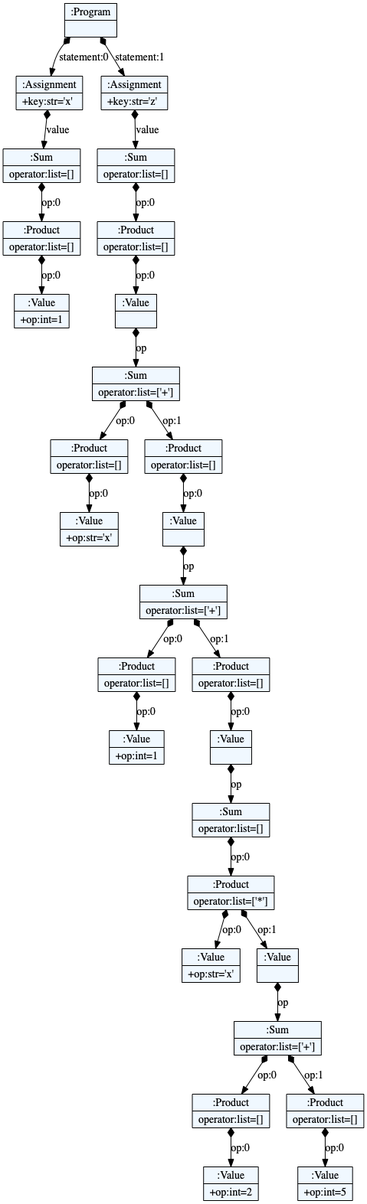
Above: examples/expression_with_id.dot.png in robinjack/dsl_for_data_analysis (Graphviz), before the change. Its source is kept beside it as examples/expression_with_id.dot.
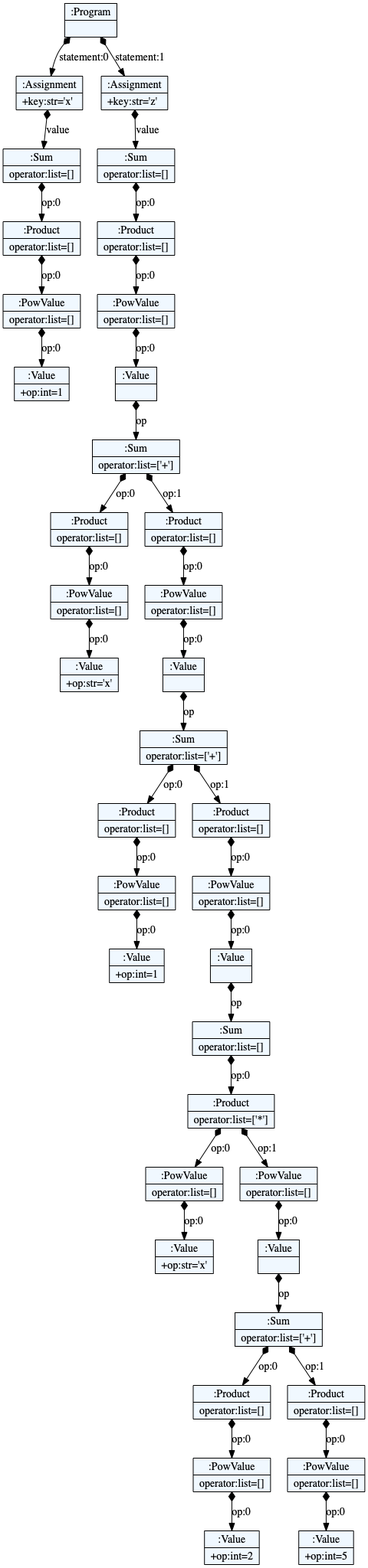
Above is the later version.

Diff of the diagram source:
```diff
@@ -10,60 +10,80 @@
     edge[dir=black,arrowtail=empty]
 
 
-4520932816 -> 4521015440 [label="statement:0" arrowtail=diamond dir=both]
-4521015440 -> 4521016592 [label="value" arrowtail=diamond dir=both]
-4521016592 -> 4521014928 [label="op:0" arrowtail=diamond dir=both]
-4521014928 -> 4521015120 [label="op:0" arrowtail=diamond dir=both]
-4521015120[label="{:Value|+op:int=1\l}"]
-4521014928[label="{:Product|operator:list=[]\l}"]
-4521016592[label="{:Sum|operator:list=[]\l}"]
-4521015440[label="{:Assignment|+key:str='x'\l}"]
-4520932816 -> 4521015056 [label="statement:1" arrowtail=diamond dir=both]
-4521015056 -> 4521014032 [label="value" arrowtail=diamond dir=both]
-4521014032 -> 4521013840 [label="op:0" arrowtail=diamond dir=both]
-4521013840 -> 4521027728 [label="op:0" arrowtail=diamond dir=both]
-4521027728 -> 4521026192 [label="op" arrowtail=diamond dir=both]
-4521026192 -> 4521029136 [label="op:0" arrowtail=diamond dir=both]
-4521029136 -> 4521027088 [label="op:0" arrowtail=diamond dir=both]
-4521027088[label="{:Value|+op:str='x'\l}"]
-4521029136[label="{:Product|operator:list=[]\l}"]
-4521026192 -> 4521029072 [label="op:1" arrowtail=diamond dir=both]
-4521029072 -> 4521028048 [label="op:0" arrowtail=diamond dir=both]
-4521028048 -> 4521137552 [label="op" arrowtail=diamond dir=both]
-4521137552 -> 4521137104 [label="op:0" arrowtail=diamond dir=both]
-4521137104 -> 4521137488 [label="op:0" arrowtail=diamond dir=both]
-4521137488[label="{:Value|+op:int=1\l}"]
-4521137104[label="{:Product|operator:list=[]\l}"]
-4521137552 -> 4521137040 [label="op:1" arrowtail=diamond dir=both]
-4521137040 -> 4521138320 [label="op:0" arrowtail=diamond dir=both]
-4521138320 -> 4521138512 [label="op" arrowtail=diamond dir=both]
-4521138512 -> 4521138448 [label="op:0" arrowtail=diamond dir=both]
-4521138448 -> 4521137360 [label="op:0" arrowtail=diamond dir=both]
-4521137360[label="{:Value|+op:str='x'\l}"]
-4521138448 -> 4521137232 [label="op:1" arrowtail=diamond dir=both]
-4521137232 -> 4521136720 [label="op" arrowtail=diamond dir=both]
-4521136720 -> 4521139152 [label="op:0" arrowtail=diamond dir=both]
-4521139152 -> 4521139344 [label="op:0" arrowtail=diamond dir=both]
-4521139344[label="{:Value|+op:int=2\l}"]
-4521139152[label="{:Product|operator:list=[]\l}"]
-4521136720 -> 4521139280 [label="op:1" arrowtail=diamond dir=both]
-4521139280 -> 4521139472 [label="op:0" arrowtail=diamond dir=both]
-4521139472[label="{:Value|+op:int=5\l}"]
-4521139280[label="{:Product|operator:list=[]\l}"]
-4521136720[label="{:Sum|operator:list=['+']\l}"]
-4521137232[label="{:Value|}"]
-4521138448[label="{:Product|operator:list=['*']\l}"]
-4521138512[label="{:Sum|operator:list=[]\l}"]
-4521138320[label="{:Value|}"]
-4521137040[label="{:Product|operator:list=[]\l}"]
-4521137552[label="{:Sum|operator:list=['+']\l}"]
-4521028048[label="{:Value|}"]
-4521029072[label="{:Product|operator:list=[]\l}"]
-4521026192[label="{:Sum|operator:list=['+']\l}"]
-4521027728[label="{:Value|}"]
-4521013840[label="{:Product|operator:list=[]\l}"]
-4521014032[label="{:Sum|operator:list=[]\l}"]
-4521015056[label="{:Assignment|+key:str='z'\l}"]
-4520932816[label="{:Program|}"]
+4561275600 -> 4561393360 [label="statement:0" arrowtail=diamond dir=both]
+4561393360 -> 4561392144 [label="value" arrowtail=diamond dir=both]
+4561392144 -> 4561392912 [label="op:0" arrowtail=diamond dir=both]
+4561392912 -> 4561377744 [label="op:0" arrowtail=diamond dir=both]
+4561377744 -> 4561379024 [label="op:0" arrowtail=diamond dir=both]
+4561379024[label="{:Value|+op:int=1\l}"]
+4561377744[label="{:PowValue|operator:list=[]\l}"]
+4561392912[label="{:Product|operator:list=[]\l}"]
+4561392144[label="{:Sum|operator:list=[]\l}"]
+4561393360[label="{:Assignment|+key:str='x'\l}"]
+4561275600 -> 4561391952 [label="statement:1" arrowtail=diamond dir=both]
+4561391952 -> 4561393424 [label="value" arrowtail=diamond dir=both]
+4561393424 -> 4561376080 [label="op:0" arrowtail=diamond dir=both]
+4561376080 -> 4561376464 [label="op:0" arrowtail=diamond dir=both]
+4561376464 -> 4561377104 [label="op:0" arrowtail=diamond dir=both]
+4561377104 -> 4561549840 [label="op" arrowtail=diamond dir=both]
+4561549840 -> 4561550032 [label="op:0" arrowtail=diamond dir=both]
+4561550032 -> 4561550224 [label="op:0" arrowtail=diamond dir=both]
+4561550224 -> 4561550352 [label="op:0" arrowtail=diamond dir=both]
+4561550352[label="{:Value|+op:str='x'\l}"]
+4561550224[label="{:PowValue|operator:list=[]\l}"]
+4561550032[label="{:Product|operator:list=[]\l}"]
+4561549840 -> 4561378256 [label="op:1" arrowtail=diamond dir=both]
+4561378256 -> 4561550288 [label="op:0" arrowtail=diamond dir=both]
+4561550288 -> 4561550608 [label="op:0" arrowtail=diamond dir=both]
+4561550608 -> 4561550736 [label="op" arrowtail=diamond dir=both]
+4561550736 -> 4561550928 [label="op:0" arrowtail=diamond dir=both]
+4561550928 -> 4561551120 [label="op:0" arrowtail=diamond dir=both]
+4561551120 -> 4561551248 [label="op:0" arrowtail=diamond dir=both]
+4561551248[label="{:Value|+op:int=1\l}"]
+4561551120[label="{:PowValue|operator:list=[]\l}"]
+4561550928[label="{:Product|operator:list=[]\l}"]
+4561550736 -> 4561551056 [label="op:1" arrowtail=diamond dir=both]
+4561551056 -> 4561551184 [label="op:0" arrowtail=diamond dir=both]
+4561551184 -> 4561549712 [label="op:0" arrowtail=diamond dir=both]
+4561549712 -> 4561549008 [label="op" arrowtail=diamond dir=both]
+4561549008 -> 4561548432 [label="op:0" arrowtail=diamond dir=both]
+4561548432 -> 4561507600 [label="op:0" arrowtail=diamond dir=both]
+4561507600 -> 4561507472 [label="op:0" arrowtail=diamond dir=both]
+4561507472[label="{:Value|+op:str='x'\l}"]
+4561507600[label="{:PowValue|operator:list=[]\l}"]
+4561548432 -> 4561507536 [label="op:1" arrowtail=diamond dir=both]
+4561507536 -> 4561508944 [label="op:0" arrowtail=diamond dir=both]
+4561508944 -> 4561508880 [label="op" arrowtail=diamond dir=both]
+4561508880 -> 4561509968 [label="op:0" arrowtail=diamond dir=both]
+4561509968 -> 4561509904 [label="op:0" arrowtail=diamond dir=both]
+4561509904 -> 4561509648 [label="op:0" arrowtail=diamond dir=both]
+4561509648[label="{:Value|+op:int=2\l}"]
+4561509904[label="{:PowValue|operator:list=[]\l}"]
+4561509968[label="{:Product|operator:list=[]\l}"]
+4561508880 -> 4561508048 [label="op:1" arrowtail=diamond dir=both]
+4561508048 -> 4561509072 [label="op:0" arrowtail=diamond dir=both]
+4561509072 -> 4561509008 [label="op:0" arrowtail=diamond dir=both]
+4561509008[label="{:Value|+op:int=5\l}"]
+4561509072[label="{:PowValue|operator:list=[]\l}"]
+4561508048[label="{:Product|operator:list=[]\l}"]
+4561508880[label="{:Sum|operator:list=['+']\l}"]
+4561508944[label="{:Value|}"]
+4561507536[label="{:PowValue|operator:list=[]\l}"]
+4561548432[label="{:Product|operator:list=['*']\l}"]
+4561549008[label="{:Sum|operator:list=[]\l}"]
+4561549712[label="{:Value|}"]
+4561551184[label="{:PowValue|operator:list=[]\l}"]
+4561551056[label="{:Product|operator:list=[]\l}"]
+4561550736[label="{:Sum|operator:list=['+']\l}"]
+4561550608[label="{:Value|}"]
+4561550288[label="{:PowValue|operator:list=[]\l}"]
+4561378256[label="{:Product|operator:list=[]\l}"]
+4561549840[label="{:Sum|operator:list=['+']\l}"]
+4561377104[label="{:Value|}"]
+4561376464[label="{:PowValue|operator:list=[]\l}"]
+4561376080[label="{:Product|operator:list=[]\l}"]
+4561393424[label="{:Sum|operator:list=[]\l}"]
+4561391952[label="{:Assignment|+key:str='z'\l}"]
+4561275600[label="{:Program|}"]
 
 }
```
